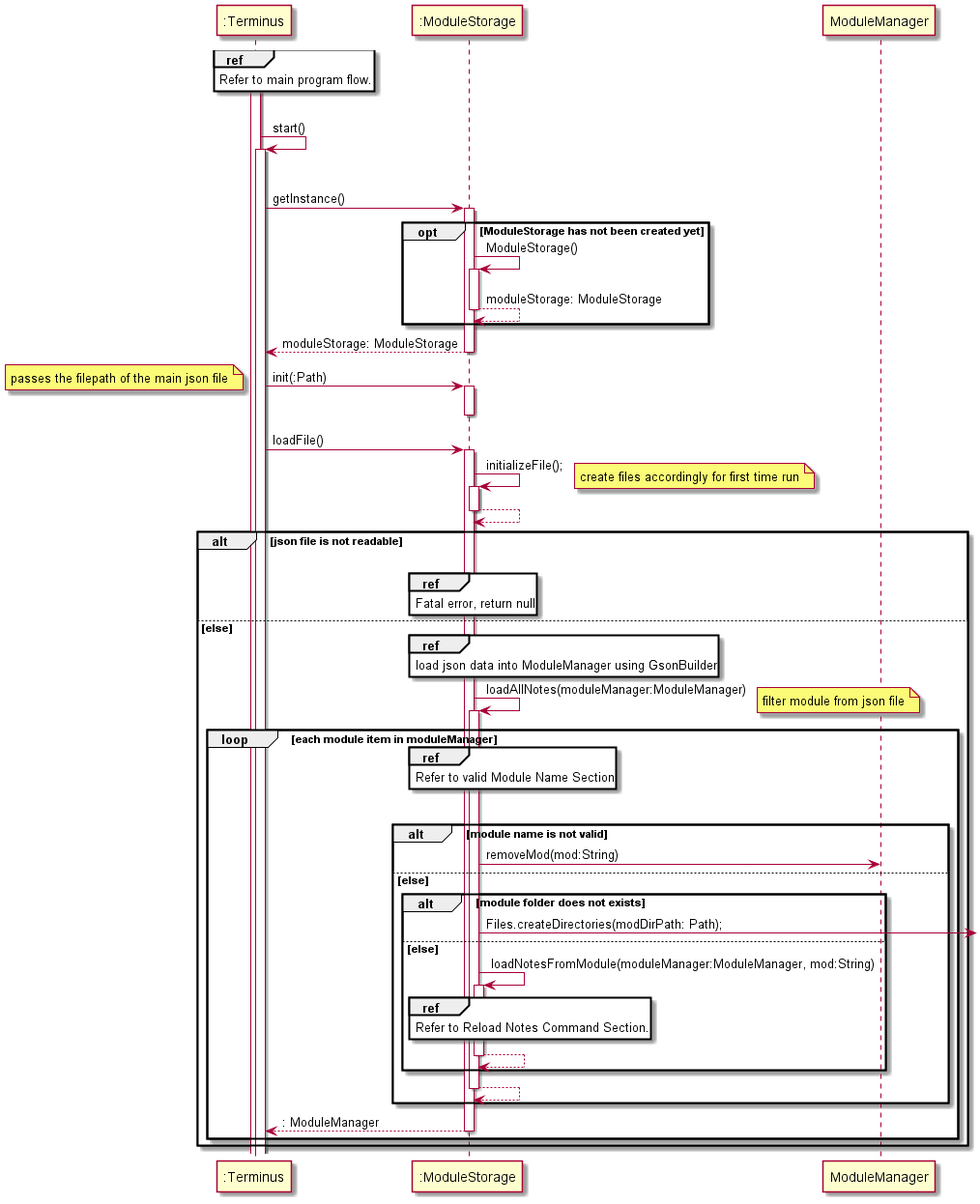
Earlier version of the PlantUML export docs/attachments/StorageInitializeSequenceDiagram.png (nus-cs2113-AY2122S1/tp). The source it was exported from:
```plantuml
@startuml

participant ":Terminus" as Terminus
participant ":ModuleStorage" as ModuleStorage

ref over Terminus
Refer to main program flow.
end
activate Terminus
|||
Terminus -> Terminus : start()
activate Terminus
|||
Terminus -> ModuleStorage : getInstance()
activate ModuleStorage
  opt ModuleStorage has not been created yet
    ModuleStorage -> ModuleStorage : ModuleStorage()
    activate ModuleStorage
    return moduleStorage: ModuleStorage
  end
  return moduleStorage: ModuleStorage
Terminus -> ModuleStorage : init(:Path)
note left: passes the filepath of the main json file
activate ModuleStorage
Deactivate ModuleStorage
Terminus -> ModuleStorage : loadFile()
activate ModuleStorage
ModuleStorage -> ModuleStorage : initializeFile();
  activate ModuleStorage
    note right: create files accordingly for first time run
  return
  alt json file is not readable
    |||
    ref over ModuleStorage
      Fatal error, return null
    end
  else else
    ref over ModuleStorage
      load json data into ModuleManager using GsonBuilder
    end
    ModuleStorage -> ModuleStorage : loadAllNotes(moduleManager:ModuleManager)
    activate ModuleStorage
      loop each module item in moduleManager
        ref over ModuleStorage
          Refer to valid Module Name Section
        end
        note right: filter module from json file
        |||
        alt module name is not valid
          ModuleStorage -> ModuleManager : removeMod(mod:String)
        else else
          alt module folder does not exists
            ModuleStorage -> : Files.createDirectories(modDirPath: Path);
          else else
            ModuleStorage -> ModuleStorage : loadNotesFromModule(moduleManager:ModuleManager, mod:String)
            activate ModuleStorage
            ref over ModuleStorage
              Refer to Reload Notes Command Section.
            end
            return
          end
          return
        end
        return : ModuleManager
      end
  end





@enduml
```
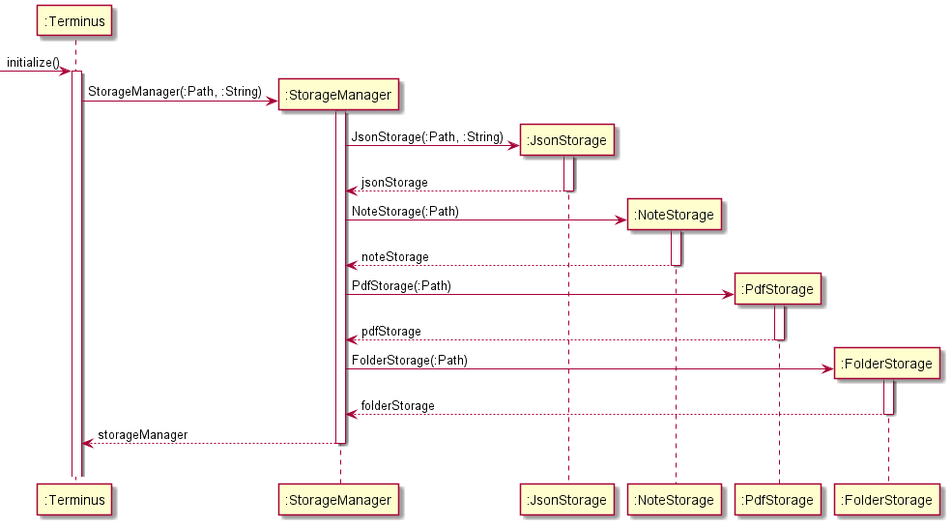
Above is the later version.

Commit message:
Add initialise storage in DG

Change to the diagram source:
```diff
@@ -1,72 +1,37 @@
 @startuml
 
 participant ":Terminus" as Terminus
-participant ":ModuleStorage" as ModuleStorage
+participant ":StorageManager" as StorageManager
 
-ref over Terminus
-Refer to main program flow.
-end
-activate Terminus
-|||
-Terminus -> Terminus : start()
-activate Terminus
-|||
-Terminus -> ModuleStorage : getInstance()
-activate ModuleStorage
-  opt ModuleStorage has not been created yet
-    ModuleStorage -> ModuleStorage : ModuleStorage()
-    activate ModuleStorage
-    return moduleStorage: ModuleStorage
-  end
-  return moduleStorage: ModuleStorage
-Terminus -> ModuleStorage : init(:Path)
-note left: passes the filepath of the main json file
-activate ModuleStorage
-Deactivate ModuleStorage
-Terminus -> ModuleStorage : loadFile()
-activate ModuleStorage
-ModuleStorage -> ModuleStorage : initializeFile();
-  activate ModuleStorage
-    note right: create files accordingly for first time run
-  return
-  alt json file is not readable
-    |||
-    ref over ModuleStorage
-      Fatal error, return null
-    end
-  else else
-    ref over ModuleStorage
-      load json data into ModuleManager using GsonBuilder
-    end
-    ModuleStorage -> ModuleStorage : loadAllNotes(moduleManager:ModuleManager)
-    activate ModuleStorage
-      loop each module item in moduleManager
-        ref over ModuleStorage
-          Refer to valid Module Name Section
-        end
-        note right: filter module from json file
-        |||
-        alt module name is not valid
-          ModuleStorage -> ModuleManager : removeMod(mod:String)
-        else else
-          alt module folder does not exists
-            ModuleStorage -> : Files.createDirectories(modDirPath: Path);
-          else else
-            ModuleStorage -> ModuleStorage : loadNotesFromModule(moduleManager:ModuleManager, mod:String)
-            activate ModuleStorage
-            ref over ModuleStorage
-              Refer to Reload Notes Command Section.
-            end
-            return
-          end
-          return
-        end
-        return : ModuleManager
-      end
-  end
+participant ":JsonStorage" as JsonStorage
+participant ":NoteStorage" as NoteStorage
+participant ":PdfStorage" as PdfStorage
+participant ":FolderStorage" as FolderStorage
 
 
+-> Terminus : initialize()
+activate Terminus
 
-
+create StorageManager
+  Terminus -> StorageManager : StorageManager(:Path, :String)
+  activate StorageManager
+    create JsonStorage
+      StorageManager -> JsonStorage : JsonStorage(:Path, :String)
+      activate JsonStorage
+    return jsonStorage
+    create NoteStorage
+      StorageManager -> NoteStorage : NoteStorage(:Path)
+      activate NoteStorage
+    return noteStorage
+    create PdfStorage
+      StorageManager -> PdfStorage : PdfStorage(:Path)
+      activate PdfStorage
+    return pdfStorage
+    create FolderStorage
+      StorageManager -> FolderStorage : FolderStorage(:Path)
+      activate FolderStorage
+    return folderStorage
+  return storageManager
+|||
 
 @enduml
```
